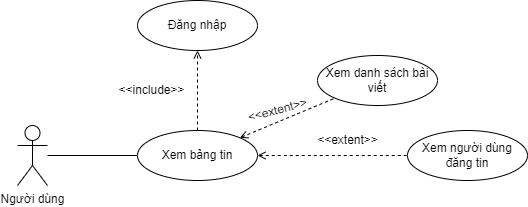
Above: usecase diagram/diễn đàn-xem bảng tin.drawio.png in kienndhn/draw-io (draw.io), before the change. Source tidied: cells renumbered, new cells last; positions are measured from the earlier drawing's top-left corner, leaving out a move shared by most shapes.
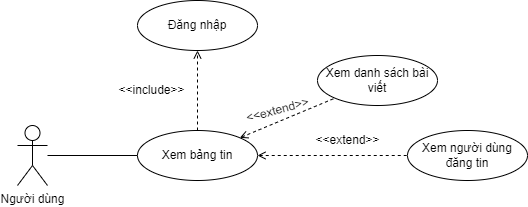
The same file after the commit.

What changed in the source:
```diff
@@ -29,11 +29,11 @@
     <mxCell id="10" value="Đăng nhập" style="ellipse;whiteSpace=wrap;html=1;" parent="1" vertex="1">
       <mxGeometry x="120" width="120" height="50" as="geometry" />
     </mxCell>
-    <mxCell id="11" value="&amp;lt;&amp;lt;extent&amp;gt;&amp;gt;" style="text;html=1;align=center;verticalAlign=middle;strokeColor=none;fillColor=none;rotation=-15;" parent="1" vertex="1">
-      <mxGeometry x="220" y="95" width="80" height="30" as="geometry" />
+    <mxCell id="11" value="&amp;lt;&amp;lt;extend&amp;gt;&amp;gt;" style="text;html=1;align=center;verticalAlign=middle;strokeColor=none;fillColor=none;rotation=-15;" parent="1" vertex="1">
+      <mxGeometry x="215" y="95" width="90" height="30" as="geometry" />
     </mxCell>
-    <mxCell id="12" value="&amp;lt;&amp;lt;extent&amp;gt;&amp;gt;" style="text;html=1;align=center;verticalAlign=middle;strokeColor=none;fillColor=none;" parent="1" vertex="1">
-      <mxGeometry x="290" y="125" width="80" height="30" as="geometry" />
+    <mxCell id="12" value="&amp;lt;&amp;lt;extend&amp;gt;&amp;gt;" style="text;html=1;align=center;verticalAlign=middle;strokeColor=none;fillColor=none;" parent="1" vertex="1">
+      <mxGeometry x="285" y="125" width="90" height="30" as="geometry" />
     </mxCell>
     <mxCell id="13" value="&amp;lt;&amp;lt;include&amp;gt;&amp;gt;" style="text;html=1;align=center;verticalAlign=middle;strokeColor=none;fillColor=none;" parent="1" vertex="1">
       <mxGeometry x="89" y="75" width="90" height="30" as="geometry" />
```
